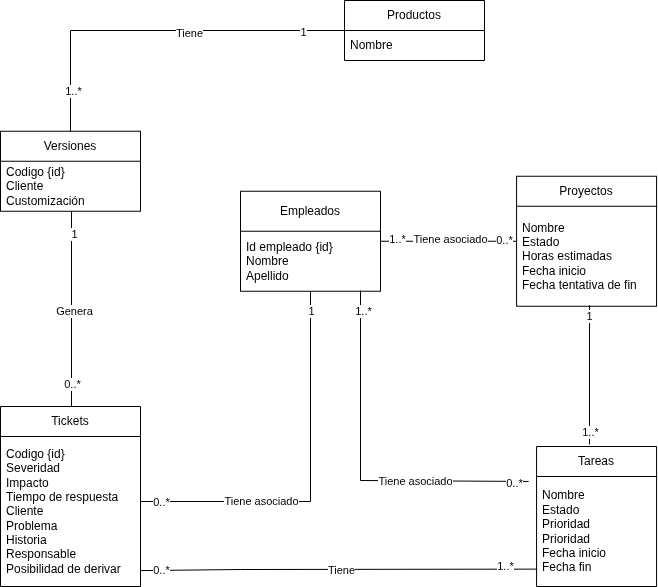
The draw.io diagram docs/Dominio/mdd.png in CrissRMFI/TPG-PSA, before a commit. Source tidied: cells renumbered, new cells last; positions are measured from the earlier drawing's top-left corner, leaving out a move shared by most shapes.
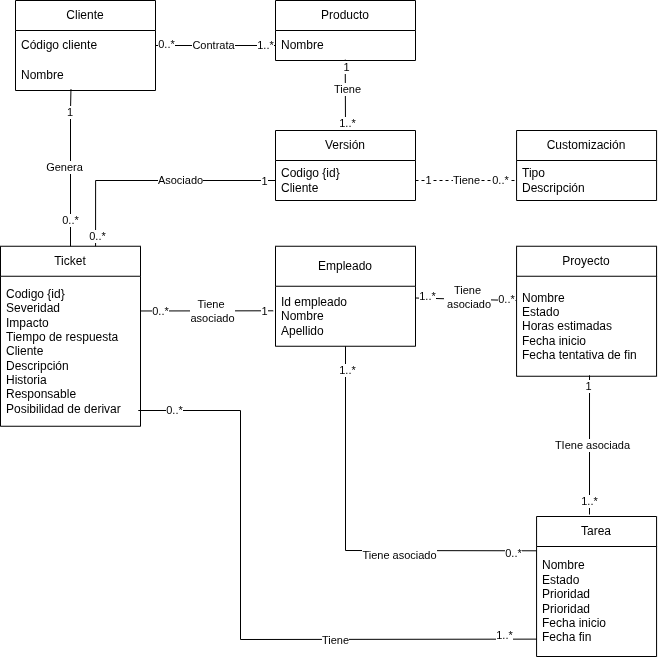
Later version of the same file.

Commit message:
Refactor modelo de dominio. Issue asociado: R5.2 Modelo de Dominio + Diccionario de datos #29

Change to the diagram source:
```diff
@@ -2,13 +2,13 @@
   <root>
     <mxCell id="0" />
     <mxCell id="1" parent="0" />
-    <mxCell id="2" value="Proyectos" style="swimlane;fontStyle=0;horizontal=1;startSize=30;whiteSpace=wrap;html=1;" parent="1" vertex="1">
+    <mxCell id="2" value="Proyecto" style="swimlane;fontStyle=0;horizontal=1;startSize=30;whiteSpace=wrap;html=1;" parent="1" vertex="1">
       <mxGeometry x="516.1" y="175.8" width="140" height="130" as="geometry" />
     </mxCell>
     <mxCell id="3" value="&lt;div&gt;&lt;span style=&quot;background-color: initial;&quot;&gt;Nombre&lt;/span&gt;&lt;br&gt;&lt;/div&gt;&lt;div&gt;&lt;span style=&quot;background-color: initial;&quot;&gt;Estado&lt;/span&gt;&lt;br&gt;&lt;/div&gt;&lt;div&gt;Horas estimadas&lt;/div&gt;&lt;div&gt;Fecha inicio&lt;/div&gt;&lt;div&gt;Fecha tentativa de fin&lt;/div&gt;" style="text;strokeColor=none;fillColor=none;align=left;verticalAlign=middle;spacingLeft=4;spacingRight=4;overflow=hidden;points=[[0,0.5],[1,0.5]];portConstraint=eastwest;whiteSpace=wrap;html=1;" parent="2" vertex="1">
       <mxGeometry y="30" width="140" height="100" as="geometry" />
     </mxCell>
-    <mxCell id="4" value="Tareas" style="swimlane;fontStyle=0;horizontal=1;startSize=30;whiteSpace=wrap;html=1;" parent="1" vertex="1">
+    <mxCell id="4" value="Tarea" style="swimlane;fontStyle=0;horizontal=1;startSize=30;whiteSpace=wrap;html=1;" parent="1" vertex="1">
       <mxGeometry x="536.1" y="446" width="120" height="140" as="geometry" />
     </mxCell>
     <mxCell id="5" value="Nombre&lt;div&gt;Estado&lt;/div&gt;&lt;div&gt;Prioridad&lt;/div&gt;&lt;div&gt;Prioridad&lt;/div&gt;&lt;div&gt;Fecha inicio&lt;/div&gt;&lt;div&gt;Fecha fin&lt;/div&gt;" style="text;strokeColor=none;fillColor=none;align=left;verticalAlign=middle;spacingLeft=4;spacingRight=4;overflow=hidden;points=[[0,0.5],[1,0.5]];portConstraint=eastwest;whiteSpace=wrap;html=1;" parent="4" vertex="1">
@@ -25,30 +25,43 @@
     <mxCell id="8" value="1..*" style="edgeLabel;html=1;align=center;verticalAlign=middle;" parent="6" vertex="1">
       <mxGeometry x="-0.81" relative="1" as="geometry" />
     </mxCell>
+    <mxCell id="41" value="TIene asociada" style="edgeLabel;html=1;align=center;verticalAlign=middle;" parent="6" vertex="1">
+      <mxGeometry x="-0.01" y="-3" relative="1" as="geometry" />
+    </mxCell>
+    <mxCell id="42" style="edgeStyle=orthogonalEdgeStyle;rounded=0;jettySize=auto;html=1;entryX=0;entryY=0.5;entryDx=0;entryDy=0;exitX=0.679;exitY=0.017;exitDx=0;exitDy=0;exitPerimeter=0;endArrow=none;" parent="1" edge="1" source="9" target="12">
+      <mxGeometry relative="1" as="geometry" />
+    </mxCell>
+    <mxCell id="43" value="Asociado" style="edgeLabel;html=1;align=center;verticalAlign=middle;" parent="42" vertex="1">
+      <mxGeometry x="0.23" y="2" relative="1" as="geometry">
+        <mxPoint y="2" as="offset" />
+      </mxGeometry>
+    </mxCell>
+    <mxCell id="44" value="1" style="edgeLabel;html=1;align=center;verticalAlign=middle;" parent="42" vertex="1">
+      <mxGeometry x="0.91" y="-1" relative="1" as="geometry" />
+    </mxCell>
+    <mxCell id="45" value="0..*" style="edgeLabel;html=1;align=center;verticalAlign=middle;" parent="42" vertex="1">
+      <mxGeometry x="-0.89" y="-2" relative="1" as="geometry" />
+    </mxCell>
-    <mxCell id="9" value="Tickets" style="swimlane;fontStyle=0;horizontal=1;startSize=30;whiteSpace=wrap;html=1;" parent="1" vertex="1">
-      <mxGeometry y="406" width="140" height="180" as="geometry" />
+    <mxCell id="9" value="Ticket" style="swimlane;fontStyle=0;horizontal=1;startSize=30;whiteSpace=wrap;html=1;" parent="1" vertex="1">
+      <mxGeometry y="175.8" width="140" height="180" as="geometry" />
     </mxCell>
-    <mxCell id="10" value="Codigo {id}&lt;div&gt;Severidad&lt;/div&gt;&lt;div&gt;Impacto&lt;/div&gt;&lt;div&gt;Tiempo de respuesta&lt;/div&gt;&lt;div&gt;Cliente&lt;/div&gt;&lt;div&gt;&lt;span style=&quot;background-color: initial;&quot;&gt;Problema&lt;/span&gt;&lt;br&gt;&lt;/div&gt;&lt;div&gt;Historia&lt;/div&gt;&lt;div&gt;Responsable&lt;/div&gt;&lt;div&gt;Posibilidad de derivar&lt;/div&gt;" style="text;strokeColor=none;fillColor=none;align=left;verticalAlign=middle;spacingLeft=4;spacingRight=4;overflow=hidden;points=[[0,0.5],[1,0.5]];portConstraint=eastwest;whiteSpace=wrap;html=1;" parent="9" vertex="1">
+    <mxCell id="10" value="Codigo {id}&lt;div&gt;Severidad&lt;/div&gt;&lt;div&gt;Impacto&lt;/div&gt;&lt;div&gt;Tiempo de respuesta&lt;/div&gt;&lt;div&gt;Cliente&lt;/div&gt;&lt;div&gt;&lt;span style=&quot;background-color: transparent; color: light-dark(rgb(0, 0, 0), rgb(255, 255, 255));&quot;&gt;Descripción&amp;nbsp;&lt;/span&gt;&lt;/div&gt;&lt;div&gt;&lt;span style=&quot;background-color: transparent; color: light-dark(rgb(0, 0, 0), rgb(255, 255, 255));&quot;&gt;Historia&lt;/span&gt;&lt;/div&gt;&lt;div&gt;Responsable&lt;/div&gt;&lt;div&gt;Posibilidad de derivar&lt;/div&gt;" style="text;strokeColor=none;fillColor=none;align=left;verticalAlign=middle;spacingLeft=4;spacingRight=4;overflow=hidden;points=[[0,0.5],[1,0.5]];portConstraint=eastwest;whiteSpace=wrap;html=1;" parent="9" vertex="1">
       <mxGeometry y="30" width="140" height="150" as="geometry" />
     </mxCell>
-    <mxCell id="11" value="Versiones" style="swimlane;fontStyle=0;horizontal=1;startSize=30;whiteSpace=wrap;html=1;" parent="1" vertex="1">
-      <mxGeometry y="130.8" width="140" height="80" as="geometry" />
+    <mxCell id="11" value="Versión" style="swimlane;fontStyle=0;horizontal=1;startSize=30;whiteSpace=wrap;html=1;" parent="1" vertex="1">
+      <mxGeometry x="275" y="60" width="140" height="70" as="geometry" />
     </mxCell>
-    <mxCell id="12" value="&lt;div&gt;Codigo {id}&lt;/div&gt;Cliente&lt;div&gt;Customización&lt;/div&gt;" style="text;strokeColor=none;fillColor=none;align=left;verticalAlign=middle;spacingLeft=4;spacingRight=4;overflow=hidden;points=[[0,0.5],[1,0.5]];portConstraint=eastwest;whiteSpace=wrap;html=1;" parent="11" vertex="1">
-      <mxGeometry y="30" width="140" height="50" as="geometry" />
+    <mxCell id="12" value="&lt;div&gt;Codigo {id}&lt;/div&gt;Cliente" style="text;strokeColor=none;fillColor=none;align=left;verticalAlign=middle;spacingLeft=4;spacingRight=4;overflow=hidden;points=[[0,0.5],[1,0.5]];portConstraint=eastwest;whiteSpace=wrap;html=1;" parent="11" vertex="1">
+      <mxGeometry y="30" width="140" height="40" as="geometry" />
     </mxCell>
-    <mxCell id="13" value="Productos" style="swimlane;fontStyle=0;horizontal=1;startSize=30;whiteSpace=wrap;html=1;" parent="1" vertex="1">
-      <mxGeometry x="344" width="140" height="60" as="geometry" />
+    <mxCell id="13" value="Producto" style="swimlane;fontStyle=0;horizontal=1;startSize=30;whiteSpace=wrap;html=1;" parent="1" vertex="1">
+      <mxGeometry x="275" y="-70" width="140" height="60" as="geometry" />
     </mxCell>
     <mxCell id="14" value="Nombre" style="text;strokeColor=none;fillColor=none;align=left;verticalAlign=middle;spacingLeft=4;spacingRight=4;overflow=hidden;points=[[0,0.5],[1,0.5]];portConstraint=eastwest;whiteSpace=wrap;html=1;" parent="13" vertex="1">
       <mxGeometry y="30" width="140" height="30" as="geometry" />
     </mxCell>
-    <mxCell id="15" style="endArrow=none;html=1;rounded=0;" parent="1" edge="1" source="13" target="11">
-      <mxGeometry relative="1" as="geometry">
-        <Array as="points">
-          <mxPoint x="70" y="30" />
-        </Array>
-      </mxGeometry>
+    <mxCell id="15" style="endArrow=none;html=1;rounded=0;entryX=0.5;entryY=0;entryDx=0;entryDy=0;exitX=0.498;exitY=0.973;exitDx=0;exitDy=0;exitPerimeter=0;" parent="1" edge="1" source="14" target="11">
+      <mxGeometry relative="1" as="geometry" />
     </mxCell>
     <mxCell id="16" value="1" style="edgeLabel;html=1;align=center;verticalAlign=middle;" parent="15" vertex="1">
       <mxGeometry x="-0.78" y="1" relative="1" as="geometry" />
@@ -59,31 +72,40 @@
     <mxCell id="18" value="1..*" style="edgeLabel;html=1;align=center;verticalAlign=middle;" parent="15" vertex="1">
       <mxGeometry x="0.78" y="2" relative="1" as="geometry" />
     </mxCell>
-    <mxCell id="19" style="endArrow=none;html=1;rounded=0;" parent="1" edge="1">
+    <mxCell id="19" style="endArrow=none;html=1;rounded=0;entryX=0.396;entryY=0.968;entryDx=0;entryDy=0;exitX=0.5;exitY=0;exitDx=0;exitDy=0;edgeStyle=orthogonalEdgeStyle;entryPerimeter=0;" parent="1" edge="1" source="9" target="54">
       <mxGeometry relative="1" as="geometry">
-        <mxPoint x="71" y="406" as="sourcePoint" />
-        <mxPoint x="71" y="210.8" as="targetPoint" />
+        <Array as="points">
+          <mxPoint x="70" y="40" />
+          <mxPoint x="70" y="40" />
+        </Array>
       </mxGeometry>
     </mxCell>
-    <mxCell id="20" value="1" style="edgeLabel;html=1;align=center;verticalAlign=middle;" parent="19" vertex="1">
-      <mxGeometry x="0.77" y="-2" relative="1" as="geometry" />
+    <mxCell id="20" value="&amp;nbsp; &amp;nbsp; 1&amp;nbsp;" style="edgeLabel;html=1;align=center;verticalAlign=middle;" parent="19" vertex="1">
+      <mxGeometry x="0.77" y="-2" relative="1" as="geometry">
+        <mxPoint x="-7" y="4" as="offset" />
+      </mxGeometry>
     </mxCell>
     <mxCell id="21" value="0..*" style="edgeLabel;html=1;align=center;verticalAlign=middle;" parent="19" vertex="1">
-      <mxGeometry x="-0.77" relative="1" as="geometry" />
+      <mxGeometry x="-0.77" relative="1" as="geometry">
+        <mxPoint y="-8" as="offset" />
+      </mxGeometry>
     </mxCell>
     <mxCell id="22" value="Genera" style="edgeLabel;html=1;align=center;verticalAlign=middle;" parent="19" vertex="1">
-      <mxGeometry x="-0.02" y="-2" relative="1" as="geometry" />
+      <mxGeometry x="-0.02" y="-2" relative="1" as="geometry">
+        <mxPoint x="-8" y="-2" as="offset" />
+      </mxGeometry>
     </mxCell>
-    <mxCell id="23" style="endArrow=none;html=1;rounded=0;exitX=0.001;exitY=0.842;exitDx=0;exitDy=0;exitPerimeter=0;entryX=0.998;entryY=0.894;entryDx=0;entryDy=0;entryPerimeter=0;" parent="1" edge="1" source="5" target="10">
+    <mxCell id="23" style="endArrow=none;html=1;rounded=0;exitX=0.001;exitY=0.842;exitDx=0;exitDy=0;exitPerimeter=0;entryX=0.984;entryY=0.895;entryDx=0;entryDy=0;entryPerimeter=0;" parent="1" edge="1" source="5" target="10">
       <mxGeometry relative="1" as="geometry">
         <Array as="points">
           <mxPoint x="240" y="569" />
+          <mxPoint x="240" y="340" />
         </Array>
       </mxGeometry>
     </mxCell>
     <mxCell id="24" value="Tiene" style="edgeLabel;html=1;align=center;verticalAlign=middle;" parent="23" vertex="1">
       <mxGeometry x="0.25" relative="1" as="geometry">
-        <mxPoint x="51" as="offset" />
+        <mxPoint x="95" y="96" as="offset" />
       </mxGeometry>
     </mxCell>
     <mxCell id="25" value="0..*" style="edgeLabel;html=1;align=center;verticalAlign=middle;" parent="23" vertex="1">
@@ -91,18 +113,16 @@
         <mxPoint x="-9" y="1" as="offset" />
       </mxGeometry>
     </mxCell>
-    <mxCell id="26" value="&lt;span style=&quot;text-wrap: nowrap;&quot;&gt;Empleados&lt;/span&gt;" style="swimlane;fontStyle=0;horizontal=1;startSize=40;whiteSpace=wrap;html=1;" parent="1" vertex="1">
-      <mxGeometry x="240" y="190.8" width="140" height="100" as="geometry" />
+    <mxCell id="26" value="&lt;span style=&quot;text-wrap: nowrap;&quot;&gt;Empleado&lt;/span&gt;" style="swimlane;fontStyle=0;horizontal=1;startSize=40;whiteSpace=wrap;html=1;" parent="1" vertex="1">
+      <mxGeometry x="275" y="175.8" width="140" height="100" as="geometry" />
     </mxCell>
-    <mxCell id="27" value="&lt;div&gt;Id empleado {id}&lt;/div&gt;&lt;div&gt;&lt;span style=&quot;background-color: initial;&quot;&gt;Nombre&lt;/span&gt;&lt;br&gt;&lt;/div&gt;&lt;div&gt;Apellido&lt;/div&gt;" style="text;strokeColor=none;fillColor=none;align=left;verticalAlign=middle;spacingLeft=4;spacingRight=4;overflow=hidden;points=[[0,0.5],[1,0.5]];portConstraint=eastwest;whiteSpace=wrap;html=1;" parent="26" vertex="1">
+    <mxCell id="27" value="&lt;div&gt;Id empleado&amp;nbsp;&lt;/div&gt;&lt;div&gt;&lt;span style=&quot;background-color: initial;&quot;&gt;Nombre&lt;/span&gt;&lt;br&gt;&lt;/div&gt;&lt;div&gt;Apellido&lt;/div&gt;" style="text;strokeColor=none;fillColor=none;align=left;verticalAlign=middle;spacingLeft=4;spacingRight=4;overflow=hidden;points=[[0,0.5],[1,0.5]];portConstraint=eastwest;whiteSpace=wrap;html=1;" parent="26" vertex="1">
       <mxGeometry y="40" width="140" height="60" as="geometry" />
     </mxCell>
-    <mxCell id="28" style="endArrow=none;html=1;rounded=0;exitX=0.001;exitY=0.045;exitDx=0;exitDy=0;exitPerimeter=0;" parent="1" edge="1">
+    <mxCell id="28" style="endArrow=none;html=1;rounded=0;exitX=-0.002;exitY=0.039;exitDx=0;exitDy=0;exitPerimeter=0;entryX=0.5;entryY=1;entryDx=0;entryDy=0;" parent="1" edge="1" source="5" target="26">
       <mxGeometry relative="1" as="geometry">
-        <mxPoint x="528.1" y="480.9" as="sourcePoint" />
-        <mxPoint x="360" y="290" as="targetPoint" />
         <Array as="points">
-          <mxPoint x="360" y="480" />
+          <mxPoint x="345" y="480" />
         </Array>
       </mxGeometry>
     </mxCell>
@@ -116,36 +136,35 @@
         <mxPoint x="52" y="8" as="offset" />
       </mxGeometry>
     </mxCell>
-    <mxCell id="31" style="endArrow=none;html=1;rounded=0;" parent="1" edge="1" target="26">
+    <mxCell id="31" style="endArrow=none;html=1;rounded=0;exitX=0.995;exitY=0.423;exitDx=0;exitDy=0;exitPerimeter=0;entryX=-0.016;entryY=0.409;entryDx=0;entryDy=0;entryPerimeter=0;" parent="1" edge="1" target="27">
       <mxGeometry relative="1" as="geometry">
-        <mxPoint x="140" y="501" as="sourcePoint" />
-        <Array as="points">
-          <mxPoint x="310" y="501" />
-        </Array>
+        <mxPoint x="140" y="240.5" as="sourcePoint" />
       </mxGeometry>
     </mxCell>
     <mxCell id="32" value="1" style="edgeLabel;html=1;align=center;verticalAlign=middle;" parent="31" vertex="1">
       <mxGeometry x="0.77" y="-2" relative="1" as="geometry">
-        <mxPoint x="-2" y="-25" as="offset" />
+        <mxPoint x="7" y="-2" as="offset" />
       </mxGeometry>
     </mxCell>
     <mxCell id="33" value="0..*" style="edgeLabel;html=1;align=center;verticalAlign=middle;" parent="31" vertex="1">
       <mxGeometry x="-0.77" relative="1" as="geometry">
-        <mxPoint x="-24" as="offset" />
+        <mxPoint x="4" as="offset" />
       </mxGeometry>
     </mxCell>
-    <mxCell id="34" value="Tiene asociado" style="edgeLabel;html=1;align=center;verticalAlign=middle;" parent="31" vertex="1">
+    <mxCell id="34" value="Tiene&amp;nbsp;&lt;div&gt;asociado&lt;/div&gt;" style="edgeLabel;html=1;align=center;verticalAlign=middle;" parent="31" vertex="1">
       <mxGeometry x="-0.02" y="-2" relative="1" as="geometry">
-        <mxPoint x="-52" y="16" as="offset" />
+        <mxPoint x="6" y="-2" as="offset" />
       </mxGeometry>
     </mxCell>
-    <mxCell id="35" style="endArrow=none;html=1;rounded=0;" parent="1" edge="1" source="2" target="26">
-      <mxGeometry relative="1" as="geometry" />
+    <mxCell id="35" style="endArrow=none;html=1;rounded=0;" parent="1" edge="1" target="26">
+      <mxGeometry relative="1" as="geometry">
+        <mxPoint x="515" y="230" as="sourcePoint" />
+      </mxGeometry>
     </mxCell>
     <mxCell id="36" value="1..*" style="edgeLabel;html=1;align=center;verticalAlign=middle;" parent="35" vertex="1">
       <mxGeometry x="0.77" y="-2" relative="1" as="geometry" />
     </mxCell>
-    <mxCell id="37" value="Tiene asociado" style="edgeLabel;html=1;align=center;verticalAlign=middle;" parent="35" vertex="1">
+    <mxCell id="37" value="Tiene&lt;div&gt;&amp;nbsp;asociado&lt;/div&gt;" style="edgeLabel;html=1;align=center;verticalAlign=middle;" parent="35" vertex="1">
       <mxGeometry x="-0.02" y="-2" relative="1" as="geometry" />
     </mxCell>
     <mxCell id="38" value="0..*" style="edgeLabel;html=1;align=center;verticalAlign=middle;" parent="35" vertex="1">
@@ -161,5 +180,56 @@
         <mxPoint x="-46" y="25" as="offset" />
       </mxGeometry>
     </mxCell>
+    <mxCell id="46" value="Customización" style="swimlane;fontStyle=0;horizontal=1;startSize=30;whiteSpace=wrap;html=1;" parent="1" vertex="1">
+      <mxGeometry x="516.1" y="60" width="140" height="70" as="geometry" />
+    </mxCell>
+    <mxCell id="47" value="Tipo&lt;div&gt;Descripción&lt;/div&gt;" style="text;strokeColor=none;fillColor=none;align=left;verticalAlign=middle;spacingLeft=4;spacingRight=4;overflow=hidden;points=[[0,0.5],[1,0.5]];portConstraint=eastwest;whiteSpace=wrap;html=1;" parent="46" vertex="1">
+      <mxGeometry y="30" width="140" height="40" as="geometry" />
+    </mxCell>
+    <mxCell id="48" style="endArrow=none;dashed=1;html=1;rounded=0;edgeStyle=orthogonalEdgeStyle;exitX=1;exitY=0.5;exitDx=0;exitDy=0;" parent="1" edge="1" source="12" target="47">
+      <mxGeometry relative="1" as="geometry" />
+    </mxCell>
+    <mxCell id="49" value="Tiene" style="edgeLabel;html=1;align=center;verticalAlign=middle;" parent="48" vertex="1">
+      <mxGeometry x="-0.12" relative="1" as="geometry">
+        <mxPoint x="6" as="offset" />
+      </mxGeometry>
+    </mxCell>
+    <mxCell id="50" value="0..*" style="edgeLabel;html=1;align=center;verticalAlign=middle;" parent="48" vertex="1">
+      <mxGeometry x="0.8" y="2" relative="1" as="geometry">
+        <mxPoint x="-6" y="2" as="offset" />
+      </mxGeometry>
+    </mxCell>
+    <mxCell id="51" value="1" style="edgeLabel;html=1;align=center;verticalAlign=middle;" parent="48" vertex="1">
+      <mxGeometry x="-0.6" relative="1" as="geometry">
+        <mxPoint x="-7" as="offset" />
+      </mxGeometry>
+    </mxCell>
+    <mxCell id="52" value="Cliente" style="swimlane;fontStyle=0;horizontal=1;startSize=30;whiteSpace=wrap;html=1;" parent="1" vertex="1">
+      <mxGeometry x="15" y="-70" width="140" height="90" as="geometry" />
+    </mxCell>
+    <mxCell id="53" value="Código cliente" style="text;strokeColor=none;fillColor=none;align=left;verticalAlign=middle;spacingLeft=4;spacingRight=4;overflow=hidden;points=[[0,0.5],[1,0.5]];portConstraint=eastwest;whiteSpace=wrap;html=1;" parent="52" vertex="1">
+      <mxGeometry y="30" width="140" height="30" as="geometry" />
+    </mxCell>
+    <mxCell id="54" value="Nombre" style="text;strokeColor=none;fillColor=none;align=left;verticalAlign=middle;spacingLeft=4;spacingRight=4;overflow=hidden;points=[[0,0.5],[1,0.5]];portConstraint=eastwest;whiteSpace=wrap;html=1;" parent="52" vertex="1">
+      <mxGeometry y="60" width="140" height="30" as="geometry" />
+    </mxCell>
+    <mxCell id="55" style="endArrow=none;html=1;rounded=0;entryX=0;entryY=0.5;entryDx=0;entryDy=0;exitX=1;exitY=0.5;exitDx=0;exitDy=0;edgeStyle=orthogonalEdgeStyle;" parent="1" edge="1" source="53" target="14">
+      <mxGeometry relative="1" as="geometry" />
+    </mxCell>
+    <mxCell id="56" value="Contrata" style="edgeLabel;html=1;align=center;verticalAlign=middle;" parent="55" vertex="1">
+      <mxGeometry x="0.05" relative="1" as="geometry">
+        <mxPoint x="-5" as="offset" />
+      </mxGeometry>
+    </mxCell>
+    <mxCell id="57" value="1..*" style="edgeLabel;html=1;align=center;verticalAlign=middle;" parent="55" vertex="1">
+      <mxGeometry x="0.66" relative="1" as="geometry">
+        <mxPoint x="10" as="offset" />
+      </mxGeometry>
+    </mxCell>
+    <mxCell id="58" value="0..*" style="edgeLabel;html=1;align=center;verticalAlign=middle;" parent="55" vertex="1">
+      <mxGeometry x="-0.86" y="1" relative="1" as="geometry">
+        <mxPoint x="2" as="offset" />
+      </mxGeometry>
+    </mxCell>
   </root>
 </mxGraphModel>
```
